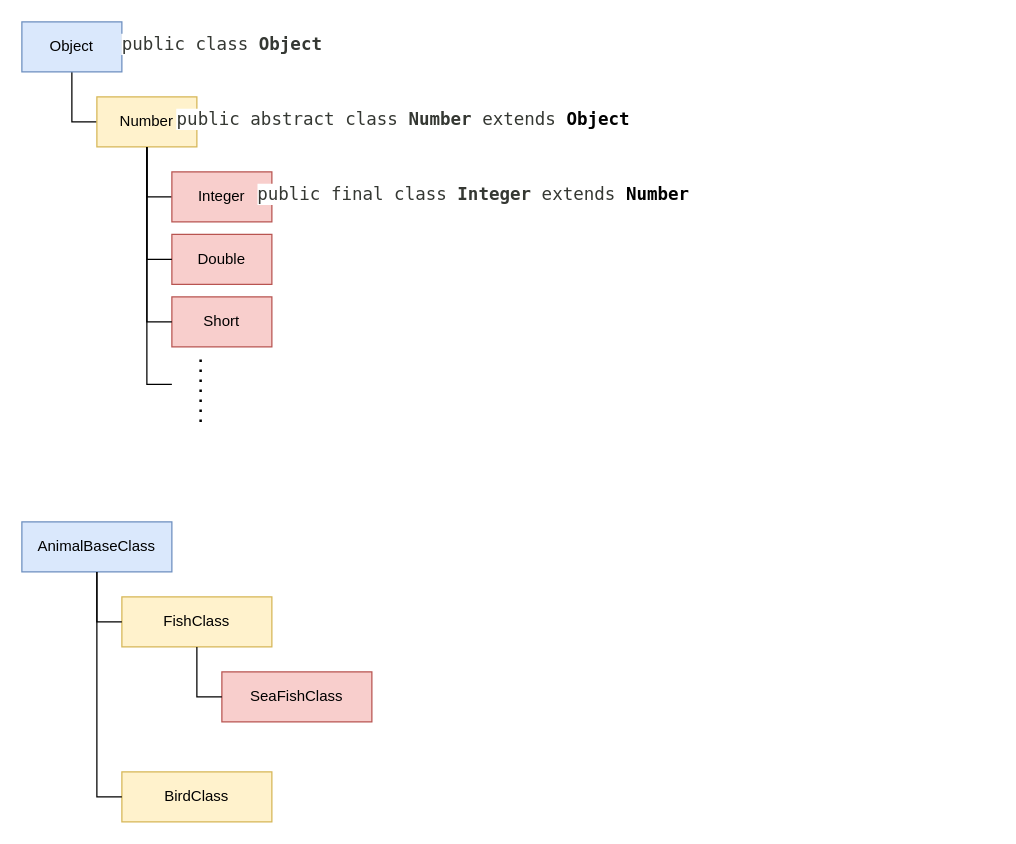
Earlier version of the draw.io diagram page "継承" (3 of 5) of documents/FunctionalPrograming.drawio (mkuwan/functional). Source tidied: cells renumbered, new cells numbered last; positions are measured from the earlier drawing's top-left corner, leaving out a move shared by most shapes. Both pictures are drawn from the tidied source at 125%, with x=0, y=0 at pixel (21, 21).
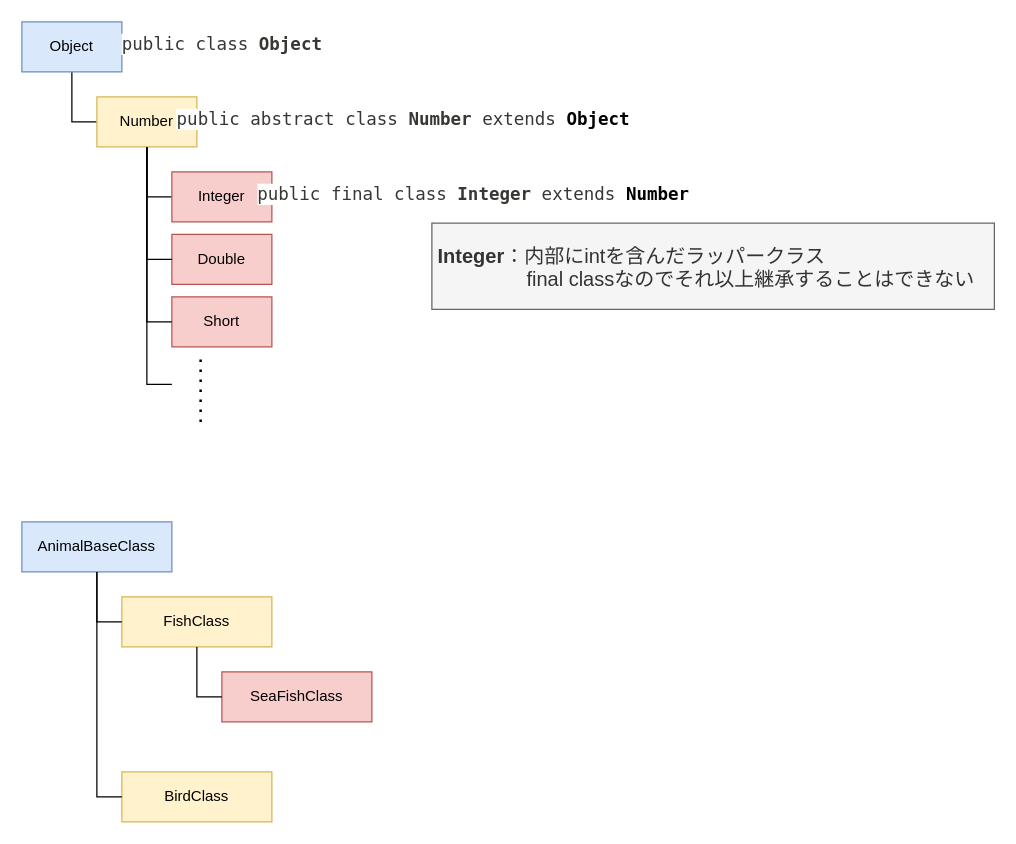
After the change.

What changed in the source:
```diff
@@
+    <mxCell id="23" value="&lt;h1 style=&quot;font-size: 16px;&quot;&gt;&lt;span style=&quot;background-color: initial; font-size: 16px;&quot;&gt;&lt;span style=&quot;font-size: 16px;&quot;&gt;Integer&lt;/span&gt;&lt;span style=&quot;font-size: 16px; font-weight: normal;&quot;&gt;：&lt;/span&gt;&lt;/span&gt;&lt;font style=&quot;font-size: 16px; font-weight: normal;&quot;&gt;内部にintを含んだラッパークラス&lt;br style=&quot;font-size: 16px;&quot;&gt;&lt;span style=&quot;white-space: pre; font-size: 16px;&quot;&gt;&#9;&lt;/span&gt;&lt;span style=&quot;white-space: pre; font-size: 16px;&quot;&gt;&#9;&lt;/span&gt;final classなのでそれ以上継承することはできない&lt;br style=&quot;font-size: 16px;&quot;&gt;&lt;/font&gt;&lt;/h1&gt;" style="text;html=1;strokeColor=#666666;fillColor=#f5f5f5;spacing=5;spacingTop=0;whiteSpace=wrap;overflow=hidden;rounded=0;fontColor=#333333;fontSize=16;align=left;verticalAlign=middle;" parent="1" vertex="1">
+      <mxGeometry x="328" y="161" width="450" height="69" as="geometry" />
+    </mxCell>
```
